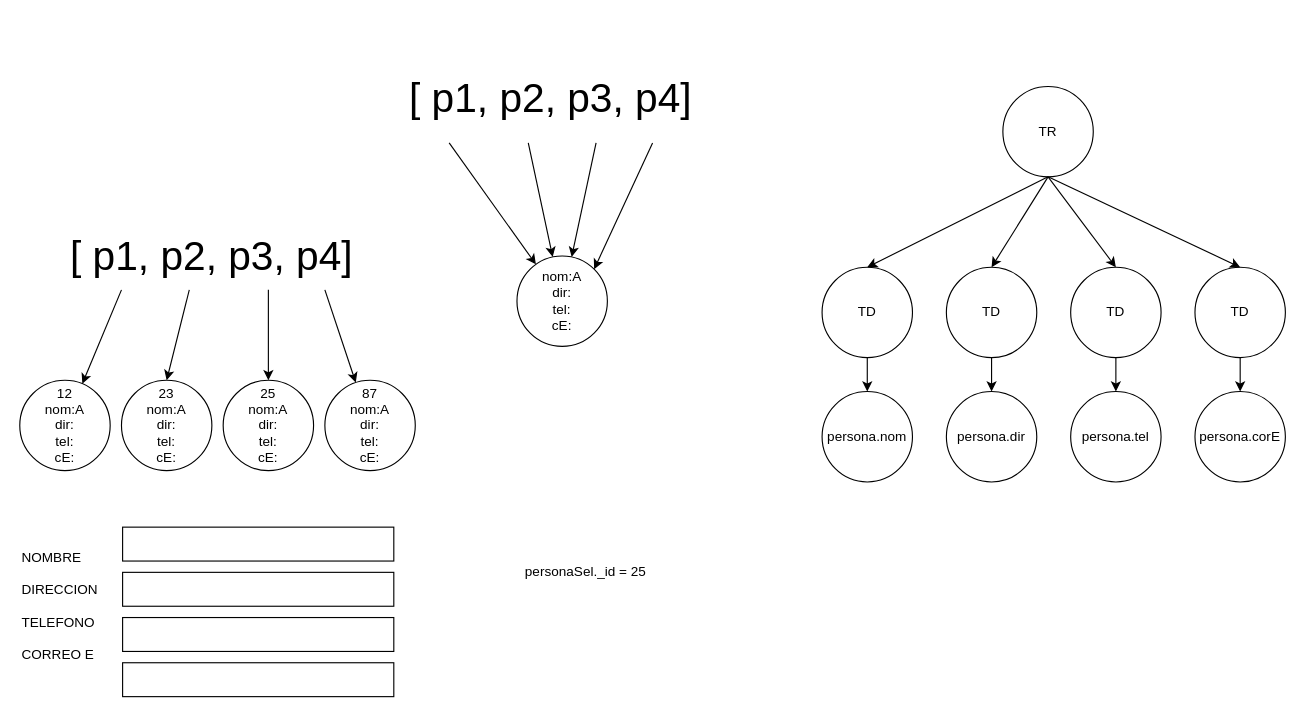
Above: page "Page-5" (5 of 46) of diagramas.drawio in almoril00/MEAN (draw.io), before the change. Source tidied: cells renumbered, new cells numbered last; positions are measured from the earlier drawing's top-left corner, leaving out a move shared by most shapes. Both pictures are drawn from the tidied source at 113%, with x=0, y=0 at pixel (19, 86).
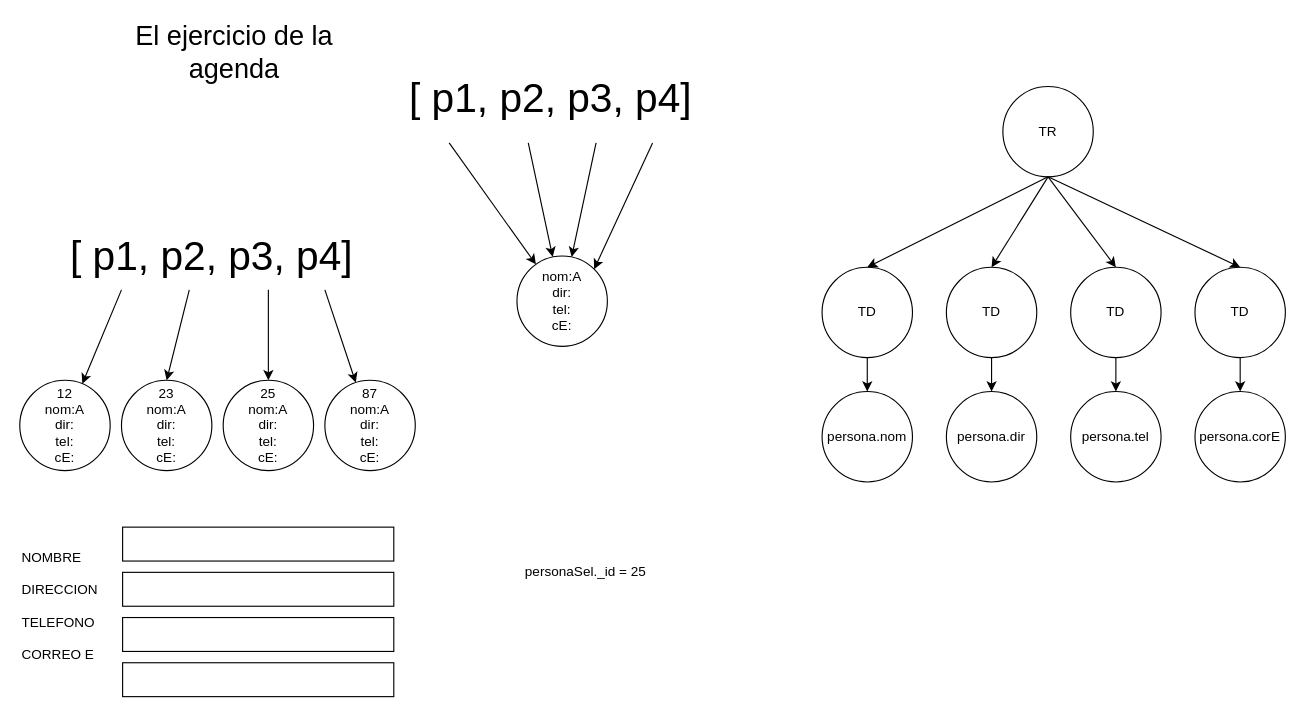
Above is the later version.

The edit, as a diff of the source:
```diff
@@
+    <mxCell id="40" value="&lt;font style=&quot;font-size: 24px&quot;&gt;El ejercicio de la agenda&lt;/font&gt;" style="text;html=1;strokeColor=none;fillColor=none;align=center;verticalAlign=middle;whiteSpace=wrap;rounded=0;" parent="1" vertex="1">
+      <mxGeometry x="70" y="-40" width="240" height="20" as="geometry" />
+    </mxCell>
```
